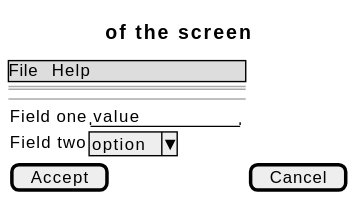
The PlantUML diagram docs/01-requirements/use-cases/overridePermission/wireframes.svg in didactika/kampus, before a commit.
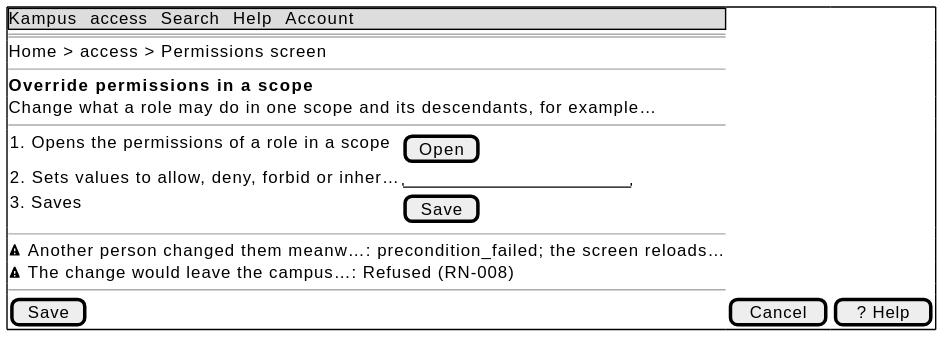
Above is the later version.

Change to the diagram source:
```diff
@@ -1,13 +1,21 @@
 @startsalt
-{
-  {* File | Help }
+{+
+  {* Kampus | access | Search | Help | Account }
   ==
-  Title of the screen
+  Home > access > Permissions screen
+  --
+  <b>Override permissions in a scope
+  Change what a role may do in one scope and its descendants, for example…
   --
   {
-    Field one | "value        "
-    Field two | ^option^
+    1. Opens the permissions of a role in a scope | [ Open ]
+    2. Sets values to allow, deny, forbid or inher… | "                    "
+    3. Saves | [ Save ]
   }
-  [ Accept ] | [ Cancel ]
+  --
+  <&warning> Another person changed them meanw…: precondition_failed; the screen reloads…
+  <&warning> The change would leave the campus…: Refused (RN-008)
+  --
+  [ Save ] | [ Cancel ] | [ ? Help ]
 }
 @endsalt
```
